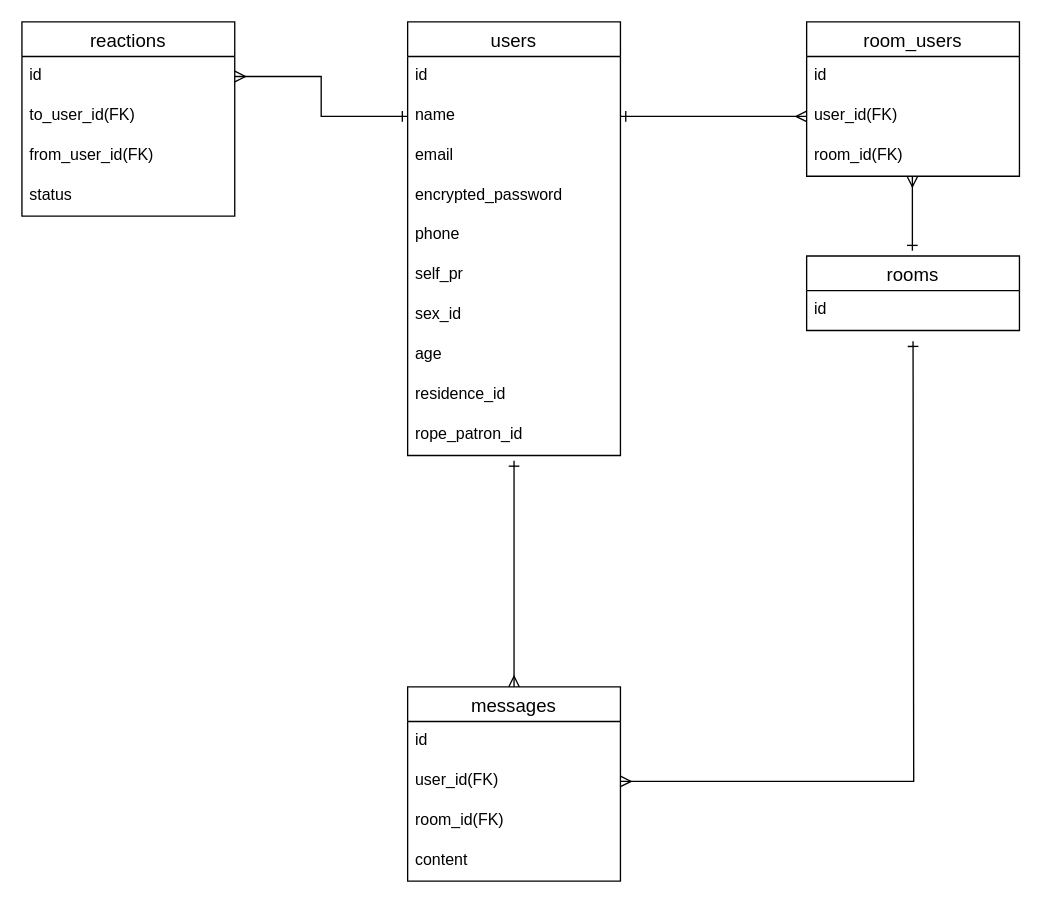
kobanagc/Rope-Way keeps this draw.io diagram as ER.dio. Above is the earlier version. Source tidied: cells renumbered, new cells numbered last; positions are measured from the earlier drawing's top-left corner, leaving out a move shared by most shapes. Both pictures are drawn from the tidied source at 133%, with x=0, y=0 at pixel (21, 21).
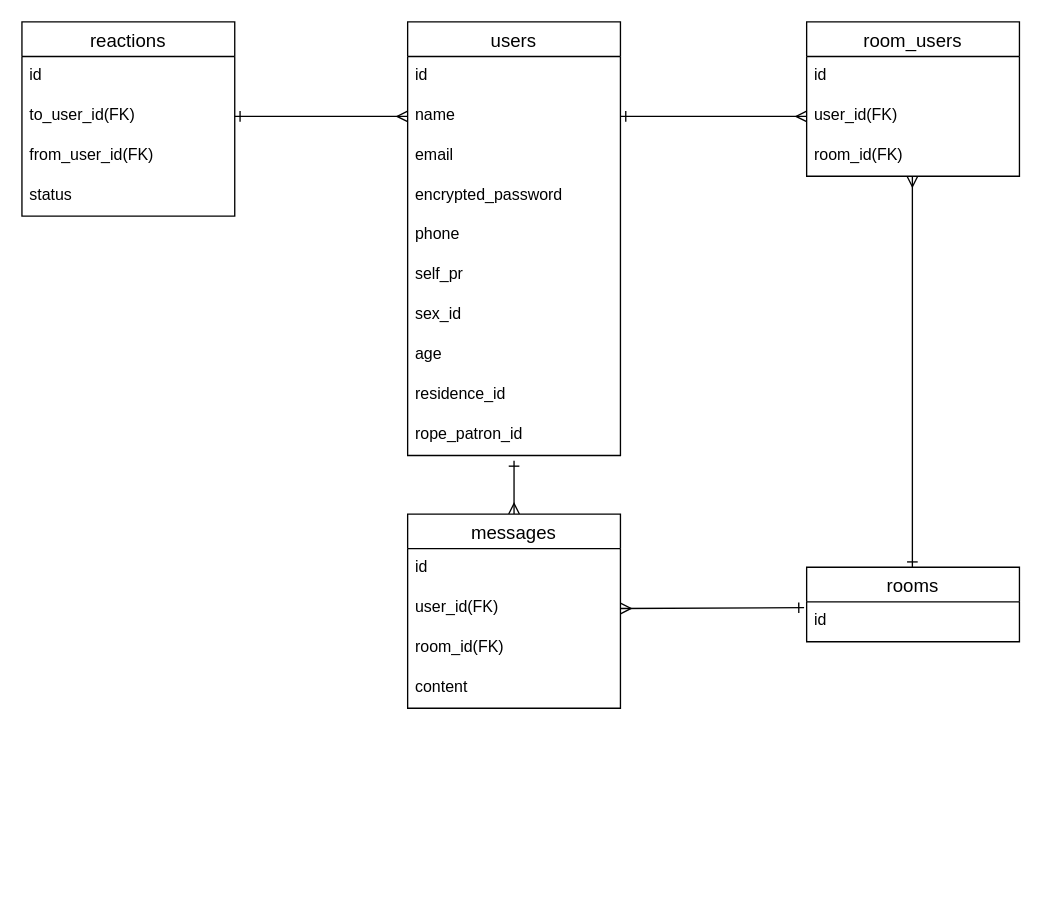
The same page after the edit.

Unchanged cells that the change refers to:
```xml
<mxCell id="4" value="name" style="text;strokeColor=none;fillColor=none;spacingLeft=4;spacingRight=4;overflow=hidden;points=[[0,0.5],[1,0.5]];portConstraint=eastwest;fontSize=12;" parent="2" vertex="1">
  <mxGeometry y="56" width="160" height="30" as="geometry" />
</mxCell>
<mxCell id="14" value="id" style="text;strokeColor=none;fillColor=none;spacingLeft=4;spacingRight=4;overflow=hidden;points=[[0,0.5],[1,0.5]];portConstraint=eastwest;fontSize=12;" parent="13" vertex="1">
  <mxGeometry y="26" width="160" height="30" as="geometry" />
</mxCell>
<mxCell id="15" value="to_user_id(FK)" style="text;strokeColor=none;fillColor=none;spacingLeft=4;spacingRight=4;overflow=hidden;points=[[0,0.5],[1,0.5]];portConstraint=eastwest;fontSize=12;" parent="13" vertex="1">
  <mxGeometry y="56" width="160" height="30" as="geometry" />
</mxCell>
<mxCell id="21" value="user_id(FK)" style="text;strokeColor=none;fillColor=none;spacingLeft=4;spacingRight=4;overflow=hidden;points=[[0,0.5],[1,0.5]];portConstraint=eastwest;fontSize=12;" parent="19" vertex="1">
  <mxGeometry y="56" width="160" height="30" as="geometry" />
</mxCell>
<mxCell id="33" value="id" style="text;strokeColor=none;fillColor=none;spacingLeft=4;spacingRight=4;overflow=hidden;points=[[0,0.5],[1,0.5]];portConstraint=eastwest;fontSize=12;" parent="32" vertex="1">
  <mxGeometry y="26" width="160" height="30" as="geometry" />
</mxCell>
```

Diff of the diagram source:
```diff
@@
     <mxCell id="19" value="messages" style="swimlane;fontStyle=0;horizontal=1;startSize=26;align=center;fontSize=14;" parent="1" vertex="1">
-      <mxGeometry x="290" y="500" width="160" height="146" as="geometry" />
+      <mxGeometry x="290" y="370" width="160" height="146" as="geometry" />
     </mxCell>
@@
-    <mxCell id="24" style="edgeStyle=orthogonalEdgeStyle;rounded=0;jettySize=auto;html=1;exitX=1;exitY=0.5;exitDx=0;exitDy=0;entryX=0;entryY=0.5;entryDx=0;entryDy=0;startArrow=ERmany;startFill=0;endArrow=ERone;endFill=0;" parent="1" edge="1" source="14" target="4">
-      <mxGeometry relative="1" as="geometry" />
-    </mxCell>
@@
-    <mxCell id="29" style="edgeStyle=orthogonalEdgeStyle;rounded=0;jettySize=auto;html=1;entryX=1;entryY=0.5;entryDx=0;entryDy=0;endArrow=ERmany;endFill=0;startArrow=ERone;startFill=0;" parent="1" edge="1" target="21">
-      <mxGeometry relative="1" as="geometry">
-        <mxPoint x="670" y="240" as="sourcePoint" />
-      </mxGeometry>
-    </mxCell>
-    <mxCell id="30" style="edgeStyle=orthogonalEdgeStyle;rounded=0;orthogonalLoop=1;jettySize=auto;html=1;exitX=0.5;exitY=0;exitDx=0;exitDy=0;endArrow=ERmany;endFill=0;startArrow=ERone;startFill=0;" parent="1" edge="1">
+    <mxCell id="30" style="edgeStyle=orthogonalEdgeStyle;rounded=0;jettySize=auto;html=1;endArrow=ERmany;endFill=0;startArrow=ERone;startFill=0;" parent="1" edge="1" source="32">
       <mxGeometry relative="1" as="geometry">
-        <mxPoint x="669.5" y="172" as="sourcePoint" />
         <mxPoint x="669.5" y="116" as="targetPoint" />
       </mxGeometry>
     </mxCell>
@@
     <mxCell id="32" value="rooms" style="swimlane;fontStyle=0;horizontal=1;startSize=26;align=center;fontSize=14;" parent="1" vertex="1">
-      <mxGeometry x="590" y="176" width="160" height="56" as="geometry" />
+      <mxGeometry x="590" y="410" width="160" height="56" as="geometry" />
     </mxCell>
@@
+    <mxCell id="34" style="edgeStyle=none;html=1;exitX=1;exitY=0.5;exitDx=0;exitDy=0;entryX=-0.012;entryY=0.147;entryDx=0;entryDy=0;entryPerimeter=0;endArrow=ERone;endFill=0;startArrow=ERmany;startFill=0;" parent="1" edge="1" source="21" target="33">
+      <mxGeometry relative="1" as="geometry" />
+    </mxCell>
+    <mxCell id="35" style="edgeStyle=none;html=1;exitX=0;exitY=0.5;exitDx=0;exitDy=0;entryX=1;entryY=0.5;entryDx=0;entryDy=0;startArrow=ERmany;startFill=0;endArrow=ERone;endFill=0;" parent="1" edge="1" source="4" target="15">
+      <mxGeometry relative="1" as="geometry" />
+    </mxCell>
```
